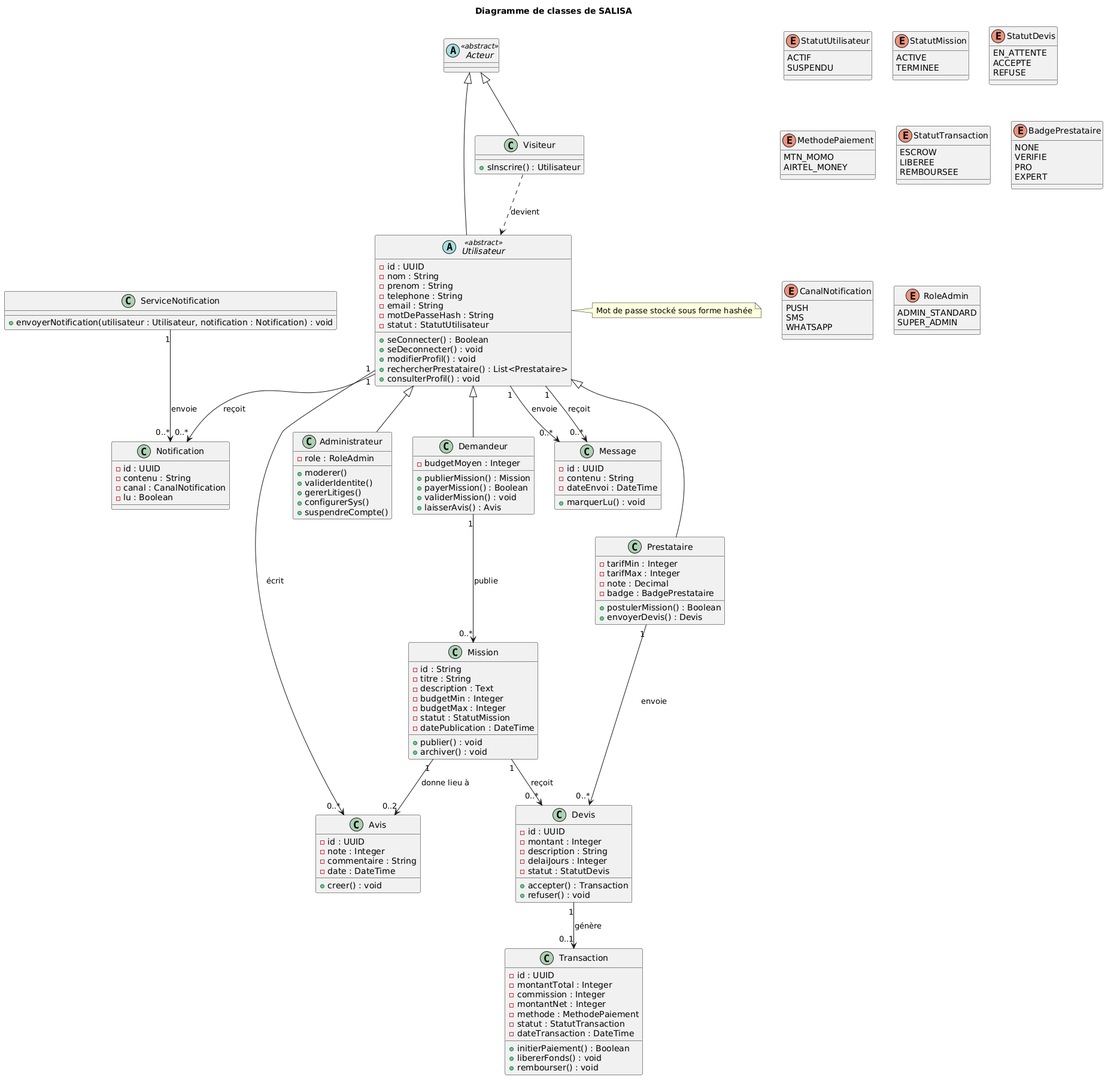
Before: images/diagramme_classes.png, a diagram exported from PlantUML (KazeHolloway/Projet_LaTex).
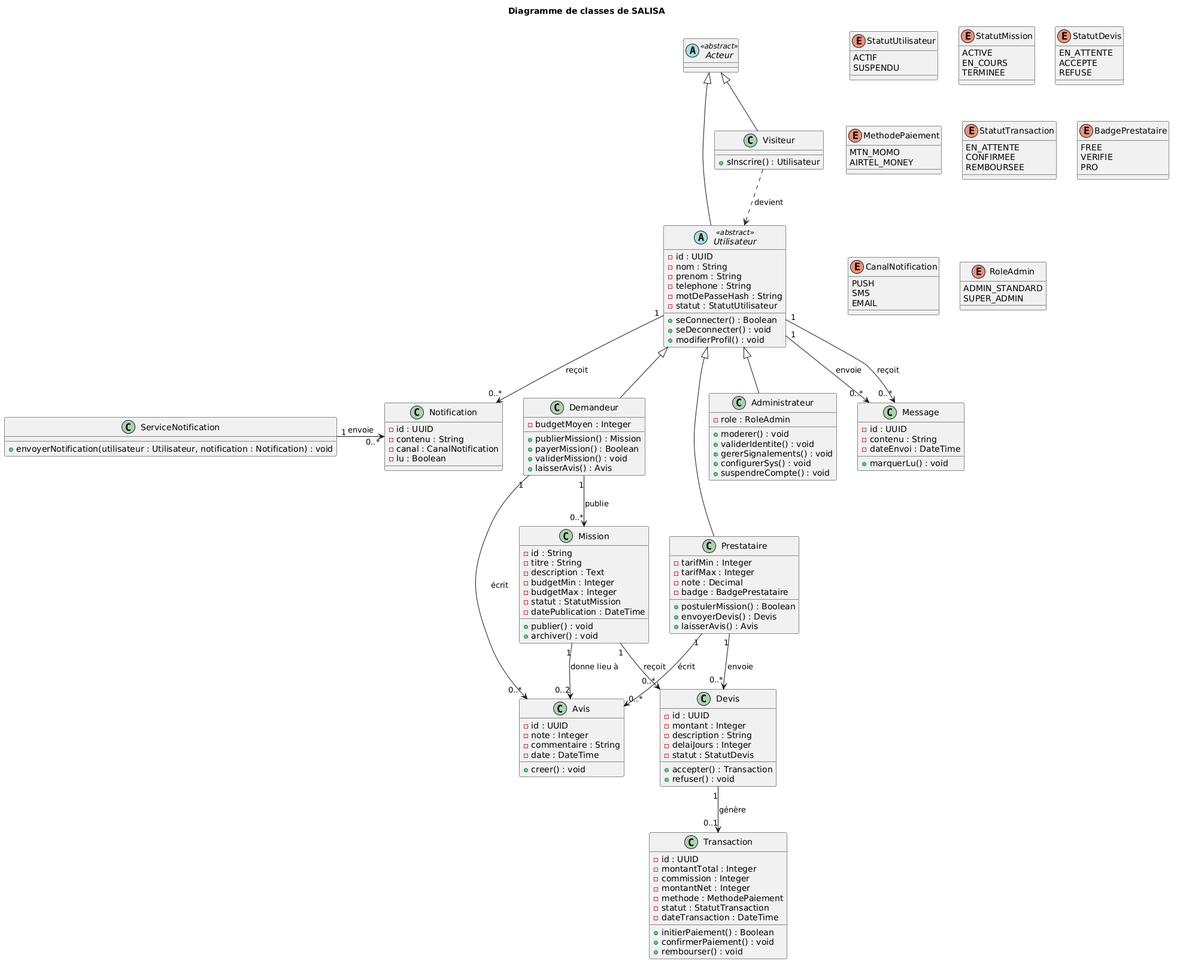
Above is the later version.

Diff of the diagram source:
```diff
@@ -8,6 +8,7 @@
 
 enum StatutMission {
   ACTIVE
+  EN_COURS
   TERMINEE
 }
 
@@ -23,22 +24,21 @@
 }
 
 enum StatutTransaction {
-  ESCROW
-  LIBEREE
+  EN_ATTENTE
+  CONFIRMEE
   REMBOURSEE
 }
 
 enum BadgePrestataire {
-  NONE
+  FREE
   VERIFIE
   PRO
-  EXPERT
 }
 
 enum CanalNotification {
   PUSH
   SMS
-  WHATSAPP
+  EMAIL
 }
 
 enum RoleAdmin {
@@ -57,15 +57,12 @@
   - nom : String
   - prenom : String
   - telephone : String
-  - email : String
   - motDePasseHash : String
   - statut : StatutUtilisateur
 
   + seConnecter() : Boolean
   + seDeconnecter() : void
   + modifierProfil() : void
-  + rechercherPrestataire() : List<Prestataire>
-  + consulterProfil() : void
 }
 
 class Demandeur {
@@ -85,22 +82,24 @@
 
   + postulerMission() : Boolean
   + envoyerDevis() : Devis
+  + laisserAvis() : Avis
 }
 
 class Administrateur {
   - role : RoleAdmin
 
-  + moderer()
-  + validerIdentite()
-  + gererLitiges()
-  + configurerSys()
-  + suspendreCompte()
+  + moderer() : void
+  + validerIdentite() : void
+  + gererSignalements() : void
+  + configurerSys() : void
+  + suspendreCompte() : void
 }
 
 Acteur <|-- Visiteur
 Acteur <|-- Utilisateur
+Utilisateur <|-- Prestataire
 Utilisateur <|-- Demandeur
-Utilisateur <|-- Prestataire
+
 Utilisateur <|-- Administrateur
 
 class Mission {
@@ -137,7 +136,7 @@
   - dateTransaction : DateTime
 
   + initierPaiement() : Boolean
-  + libererFonds() : void
+  + confirmerPaiement() : void
   + rembourser() : void
 }
 
@@ -150,13 +149,6 @@
   + creer() : void
 }
 
-class Notification {
-  - id : UUID
-  - contenu : String
-  - canal : CanalNotification
-  - lu : Boolean
-}
-
 class Message {
   - id : UUID
   - contenu : String
@@ -165,28 +157,32 @@
   + marquerLu() : void
 }
 
+
 class ServiceNotification {
   + envoyerNotification(utilisateur : Utilisateur, notification : Notification) : void
 }
 
+class Notification {
+  - id : UUID
+  - contenu : String
+  - canal : CanalNotification
+  - lu : Boolean
+}
+
+
 Demandeur "1" --> "0..*" Mission : publie
 Mission "1" --> "0..*" Devis : reçoit
 Prestataire "1" --> "0..*" Devis : envoie
+
 Devis "1" --> "0..1" Transaction : génère
+Mission "1" --> "0..2" Avis : donne lieu à
+Demandeur "1" --> "0..*" Avis : écrit
 
-Mission "1" --> "0..2" Avis : donne lieu à
-Utilisateur "1" --> "0..*" Avis : écrit
+Prestataire "1" --> "0..*" Avis : écrit
+Utilisateur "1" --> "0..*" Notification : reçoit
+Utilisateur "1" --> "0..*" Message : envoie
 
-Utilisateur "1" --> "0..*" Notification : reçoit
-
-Utilisateur "1" --> "0..*" Message : envoie
 Utilisateur "1" --> "0..*" Message : reçoit
-
-ServiceNotification "1" --> "0..*" Notification : envoie
-
+ServiceNotification "1" -right-> "0..*" Notification : envoie
 Visiteur ..> Utilisateur : devient
-
-note right of Utilisateur
-Mot de passe stocké sous forme hashée
-end note
 @enduml
```
